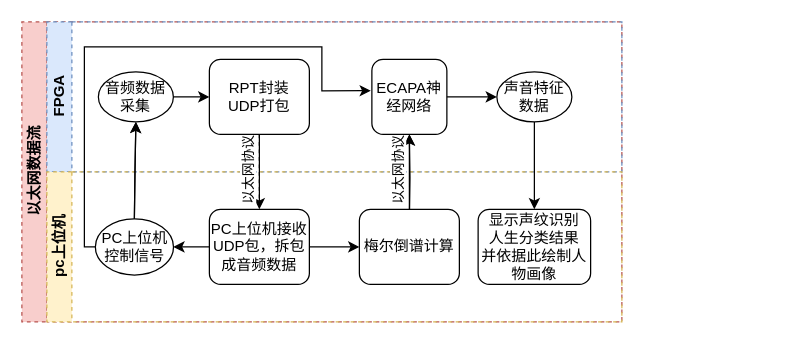
Before: ethernet_stream.drawio in Cricle7/Network, a draw.io diagram. Source tidied: cells renumbered, new cells numbered last; positions are measured from the earlier drawing's top-left corner, leaving out a move shared by most shapes. Both pictures are drawn from the tidied source at 125%, with x=0, y=0 at pixel (21, 21).
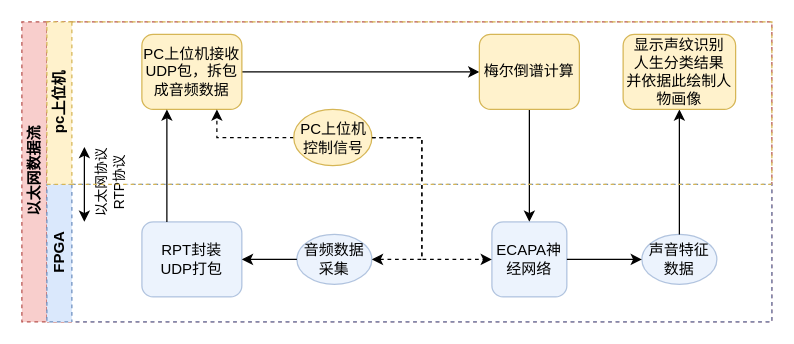
The same diagram, later.

Diff of the diagram source:
```diff
@@
     <mxCell id="2" value="以太网数据流" style="swimlane;html=1;horizontal=0;startSize=20;fillColor=#f8cecc;strokeColor=#b85450;dashed=1;" parent="1" vertex="1">
-      <mxGeometry width="480" height="240" as="geometry" />
+      <mxGeometry width="600" height="240" as="geometry" />
     </mxCell>
+    <mxCell id="21" style="edgeStyle=orthogonalEdgeStyle;rounded=0;jettySize=auto;html=1;" parent="1" edge="1" source="16" target="11">
+      <mxGeometry relative="1" as="geometry" />
+    </mxCell>
-    <mxCell id="3" value="FPGA" style="swimlane;html=1;startSize=20;horizontal=0;fillColor=#dae8fc;strokeColor=#6c8ebf;dashed=1;" parent="2" vertex="1">
-      <mxGeometry x="20" width="460" height="120" as="geometry" />
+    <mxCell id="3" value="FPGA" style="swimlane;html=1;startSize=20;horizontal=0;fillColor=#dae8fc;strokeColor=#6c8ebf;dashed=1;" parent="1" vertex="1">
+      <mxGeometry x="20" y="130" width="580" height="110" as="geometry" />
     </mxCell>
-    <mxCell id="4" value="音频数据采集" style="ellipse;whiteSpace=wrap;html=1;" parent="3" vertex="1">
-      <mxGeometry x="41.2" y="40" width="60" height="40" as="geometry" />
-    </mxCell>
-    <mxCell id="5" value="声音特征数据" style="ellipse;whiteSpace=wrap;html=1;" parent="3" vertex="1">
-      <mxGeometry x="360" y="40" width="60" height="40" as="geometry" />
+    <mxCell id="5" value="声音特征数据" style="ellipse;whiteSpace=wrap;html=1;opacity=50;fillColor=#dae8fc;strokeColor=#6c8ebf;" parent="3" vertex="1">
+      <mxGeometry x="476" y="40" width="60" height="40" as="geometry" />
     </mxCell>
-    <mxCell id="6" value="pc上位机" style="swimlane;html=1;startSize=20;horizontal=0;fillColor=#fff2cc;strokeColor=#d6b656;dashed=1;" parent="2" vertex="1">
-      <mxGeometry x="20" y="120" width="460" height="120" as="geometry" />
-    </mxCell>
-    <mxCell id="7" value="PC上位机控制信号" style="ellipse;whiteSpace=wrap;html=1;fontColor=#000000;rounded=0;" parent="6" vertex="1">
-      <mxGeometry x="38.8" y="37.5" width="62.5" height="45" as="geometry" />
-    </mxCell>
-    <mxCell id="8" style="edgeStyle=orthogonalEdgeStyle;rounded=0;jettySize=auto;html=1;dashed=1;endArrow=none;endFill=0;" parent="6" edge="1" source="10" target="15">
-      <mxGeometry relative="1" as="geometry" />
-    </mxCell>
-    <mxCell id="9" style="edgeStyle=orthogonalEdgeStyle;rounded=0;jettySize=auto;html=1;endArrow=classic;endFill=1;" parent="6" edge="1" target="11">
-      <mxGeometry relative="1" as="geometry">
-        <mxPoint x="290" y="40" as="sourcePoint" />
-      </mxGeometry>
-    </mxCell>
-    <mxCell id="10" value="RPT封装&lt;div&gt;UDP打包&lt;/div&gt;" style="rounded=1;whiteSpace=wrap;html=1;fontFamily=Helvetica;fontSize=12;fontColor=#000000;align=center;shadow=0;" parent="6" vertex="1">
-      <mxGeometry x="130" y="-90" width="80" height="60" as="geometry" />
+    <mxCell id="10" value="RPT封装&lt;div&gt;UDP打包&lt;/div&gt;" style="rounded=1;whiteSpace=wrap;html=1;fontFamily=Helvetica;fontSize=12;align=center;shadow=0;fillColor=#dae8fc;strokeColor=#6c8ebf;opacity=50;" parent="3" vertex="1">
+      <mxGeometry x="76" y="30" width="80" height="60" as="geometry" />
     </mxCell>
-    <mxCell id="11" value="ECAPA神经网络" style="rounded=1;whiteSpace=wrap;html=1;fontFamily=Helvetica;fontSize=12;align=center;" parent="6" vertex="1">
-      <mxGeometry x="260" y="-90" width="60" height="60" as="geometry" />
+    <mxCell id="11" value="ECAPA神经网络" style="rounded=1;whiteSpace=wrap;html=1;fontFamily=Helvetica;fontSize=12;align=center;fillColor=#dae8fc;strokeColor=#6c8ebf;opacity=50;" parent="3" vertex="1">
+      <mxGeometry x="356" y="30" width="60" height="60" as="geometry" />
     </mxCell>
+    <mxCell id="25" style="edgeStyle=orthogonalEdgeStyle;rounded=0;jettySize=auto;html=1;endArrow=classic;endFill=1;" parent="3" edge="1" source="11" target="5">
+      <mxGeometry relative="1" as="geometry" />
+    </mxCell>
+    <mxCell id="27" style="endArrow=classic;startArrow=classic;html=1;rounded=0;" parent="3" edge="1">
+      <mxGeometry relative="1" as="geometry">
+        <mxPoint x="30" y="30" as="sourcePoint" />
+        <mxPoint x="30" y="-30" as="targetPoint" />
+      </mxGeometry>
+    </mxCell>
+    <mxCell id="4" value="音频数据采集" style="ellipse;whiteSpace=wrap;html=1;fillColor=#dae8fc;strokeColor=#6c8ebf;opacity=50;" parent="3" vertex="1">
+      <mxGeometry x="200" y="40" width="60" height="40" as="geometry" />
+    </mxCell>
+    <mxCell id="24" style="edgeStyle=orthogonalEdgeStyle;rounded=0;jettySize=auto;html=1;" parent="3" edge="1" source="4" target="10">
+      <mxGeometry relative="1" as="geometry" />
+    </mxCell>
+    <mxCell id="28" value="以太网协议&lt;div&gt;RTP协议&lt;/div&gt;" style="edgeLabel;html=1;align=center;verticalAlign=middle;rotation=-90;" parent="3" vertex="1">
+      <mxGeometry x="50" as="geometry" />
+    </mxCell>
+    <mxCell id="26" style="edgeStyle=orthogonalEdgeStyle;rounded=0;jettySize=auto;html=1;" parent="1" edge="1" source="5" target="17">
+      <mxGeometry relative="1" as="geometry" />
+    </mxCell>
-    <mxCell id="12" style="edgeStyle=orthogonalEdgeStyle;rounded=0;jettySize=auto;html=1;entryX=-0.014;entryY=0.418;entryDx=0;entryDy=0;exitX=0;exitY=0.5;exitDx=0;exitDy=0;entryPerimeter=0;" parent="6" edge="1" source="7" target="11">
+    <mxCell id="12" style="edgeStyle=orthogonalEdgeStyle;rounded=0;jettySize=auto;html=1;dashed=1;entryX=0;entryY=0.5;entryDx=0;entryDy=0;exitX=1;exitY=0.5;exitDx=0;exitDy=0;" parent="1" edge="1" source="7" target="11">
       <mxGeometry relative="1" as="geometry">
         <Array as="points">
-          <mxPoint x="30" y="60" />
-          <mxPoint x="30" y="-100" />
-          <mxPoint x="220" y="-100" />
-          <mxPoint x="220" y="-65" />
+          <mxPoint x="320" y="93" />
+          <mxPoint x="320" y="190" />
         </Array>
       </mxGeometry>
     </mxCell>
-    <mxCell id="13" style="edgeStyle=orthogonalEdgeStyle;rounded=0;jettySize=auto;html=1;" parent="6" edge="1" source="15">
-      <mxGeometry relative="1" as="geometry">
-        <mxPoint x="101.2" y="60" as="targetPoint" />
-      </mxGeometry>
-    </mxCell>
+    <mxCell id="6" value="pc上位机" style="swimlane;html=1;startSize=20;horizontal=0;fillColor=#fff2cc;strokeColor=#d6b656;dashed=1;" parent="1" vertex="1">
+      <mxGeometry x="20" width="580" height="130" as="geometry" />
+    </mxCell>
@@
-    <mxCell id="15" value="&lt;div style=&quot;&quot;&gt;&lt;span style=&quot;background-color: initial;&quot;&gt;PC上位机接收UDP包，拆包成音频数据&lt;/span&gt;&lt;/div&gt;" style="rounded=1;whiteSpace=wrap;html=1;fontFamily=Helvetica;fontSize=12;fontColor=#000000;align=center;" parent="6" vertex="1">
-      <mxGeometry x="130" y="30" width="80" height="60" as="geometry" />
+    <mxCell id="15" value="&lt;div style=&quot;&quot;&gt;&lt;span style=&quot;background-color: initial;&quot;&gt;PC上位机接收UDP包，拆包成音频数据&lt;/span&gt;&lt;/div&gt;" style="rounded=1;whiteSpace=wrap;html=1;fontFamily=Helvetica;fontSize=12;align=center;fillColor=#fff2cc;strokeColor=#d6b656;" parent="6" vertex="1">
+      <mxGeometry x="76" y="10" width="80" height="60" as="geometry" />
     </mxCell>
-    <mxCell id="16" value="梅尔倒谱计算" style="whiteSpace=wrap;html=1;fontColor=#000000;rounded=1;glass=0;" parent="6" vertex="1">
-      <mxGeometry x="250" y="30" width="80" height="60" as="geometry" />
+    <mxCell id="16" value="梅尔倒谱计算" style="whiteSpace=wrap;html=1;rounded=1;glass=0;fillColor=#fff2cc;strokeColor=#d6b656;" parent="6" vertex="1">
+      <mxGeometry x="346" y="10" width="80" height="60" as="geometry" />
     </mxCell>
-    <mxCell id="17" value="&lt;div style=&quot;&quot;&gt;&lt;span style=&quot;background-color: initial;&quot;&gt;显示声纹识别&lt;/span&gt;&lt;/div&gt;&lt;div style=&quot;&quot;&gt;&lt;span style=&quot;background-color: initial;&quot;&gt;人生分类结果&lt;/span&gt;&lt;/div&gt;&lt;div style=&quot;&quot;&gt;&lt;span style=&quot;background-color: initial;&quot;&gt;并依据此绘制人物画像&lt;/span&gt;&lt;/div&gt;" style="whiteSpace=wrap;html=1;rounded=1;align=center;" parent="6" vertex="1">
-      <mxGeometry x="345" y="30" width="90" height="60" as="geometry" />
+    <mxCell id="17" value="&lt;div style=&quot;&quot;&gt;&lt;span style=&quot;background-color: initial;&quot;&gt;显示声纹识别&lt;/span&gt;&lt;/div&gt;&lt;div style=&quot;&quot;&gt;&lt;span style=&quot;background-color: initial;&quot;&gt;人生分类结果&lt;/span&gt;&lt;/div&gt;&lt;div style=&quot;&quot;&gt;&lt;span style=&quot;background-color: initial;&quot;&gt;并依据此绘制人物画像&lt;/span&gt;&lt;/div&gt;" style="whiteSpace=wrap;html=1;rounded=1;align=center;fillColor=#fff2cc;strokeColor=#d6b656;" parent="6" vertex="1">
+      <mxGeometry x="461" y="10" width="90" height="60" as="geometry" />
     </mxCell>
-    <mxCell id="18" style="edgeStyle=orthogonalEdgeStyle;rounded=0;jettySize=auto;html=1;entryX=0.5;entryY=1;entryDx=0;entryDy=0;" parent="6" edge="1" target="4">
-      <mxGeometry relative="1" as="geometry">
-        <mxPoint x="70" y="37.5" as="sourcePoint" />
-      </mxGeometry>
-    </mxCell>
-    <mxCell id="19" style="edgeStyle=orthogonalEdgeStyle;rounded=0;jettySize=auto;html=1;exitX=0.5;exitY=1;exitDx=0;exitDy=0;" parent="6" edge="1" source="10">
-      <mxGeometry relative="1" as="geometry">
-        <mxPoint x="170" y="30" as="targetPoint" />
-      </mxGeometry>
-    </mxCell>
-    <mxCell id="20" value="以太网协议" style="edgeLabel;html=1;align=center;verticalAlign=middle;rotation=-90;" parent="19" vertex="1">
-      <mxGeometry x="-0.19" y="1" relative="1" as="geometry">
-        <mxPoint x="-11" y="5" as="offset" />
-      </mxGeometry>
-    </mxCell>
-    <mxCell id="21" style="edgeStyle=orthogonalEdgeStyle;rounded=0;jettySize=auto;html=1;" parent="6" edge="1" source="16" target="11">
-      <mxGeometry relative="1" as="geometry" />
-    </mxCell>
-    <mxCell id="22" value="以太网协议" style="edgeLabel;html=1;align=center;verticalAlign=middle;rotation=-90;" parent="21" vertex="1">
-      <mxGeometry x="0.23" relative="1" as="geometry">
-        <mxPoint x="-10" y="7" as="offset" />
-      </mxGeometry>
-    </mxCell>
-    <mxCell id="23" style="edgeStyle=orthogonalEdgeStyle;rounded=0;jettySize=auto;html=1;" parent="6" edge="1" target="4">
-      <mxGeometry relative="1" as="geometry">
-        <mxPoint x="70" y="37.5" as="sourcePoint" />
-      </mxGeometry>
-    </mxCell>
-    <mxCell id="24" style="edgeStyle=orthogonalEdgeStyle;rounded=0;jettySize=auto;html=1;" parent="2" edge="1" source="4" target="10">
-      <mxGeometry relative="1" as="geometry" />
-    </mxCell>
-    <mxCell id="25" style="edgeStyle=orthogonalEdgeStyle;rounded=0;jettySize=auto;html=1;endArrow=classic;endFill=1;" parent="2" edge="1" source="11" target="5">
-      <mxGeometry relative="1" as="geometry" />
-    </mxCell>
-    <mxCell id="26" style="edgeStyle=orthogonalEdgeStyle;rounded=0;jettySize=auto;html=1;" parent="2" edge="1" source="5" target="17">
-      <mxGeometry relative="1" as="geometry" />
-    </mxCell>
+    <mxCell id="29" style="edgeStyle=orthogonalEdgeStyle;rounded=0;jettySize=auto;html=1;exitX=0;exitY=0.5;exitDx=0;exitDy=0;entryX=0.75;entryY=1;entryDx=0;entryDy=0;dashed=1;" parent="6" edge="1" source="7" target="15">
+      <mxGeometry relative="1" as="geometry" />
+    </mxCell>
+    <mxCell id="7" value="PC上位机控制信号" style="ellipse;whiteSpace=wrap;html=1;rounded=0;fillColor=#fff2cc;strokeColor=#d6b656;" parent="6" vertex="1">
+      <mxGeometry x="197.5" y="70" width="62.5" height="45" as="geometry" />
+    </mxCell>
+    <mxCell id="30" style="edgeStyle=orthogonalEdgeStyle;rounded=0;jettySize=auto;html=1;entryX=1;entryY=0.5;entryDx=0;entryDy=0;dashed=1;exitX=1;exitY=0.5;exitDx=0;exitDy=0;" parent="1" edge="1" source="7" target="4">
+      <mxGeometry relative="1" as="geometry">
+        <Array as="points">
+          <mxPoint x="320" y="93" />
+          <mxPoint x="320" y="190" />
+        </Array>
+      </mxGeometry>
+    </mxCell>
+    <mxCell id="8" style="edgeStyle=orthogonalEdgeStyle;rounded=0;jettySize=auto;html=1;exitX=0.25;exitY=0;exitDx=0;exitDy=0;entryX=0.25;entryY=1;entryDx=0;entryDy=0;" parent="1" edge="1" source="10" target="15">
+      <mxGeometry relative="1" as="geometry" />
+    </mxCell>
```
